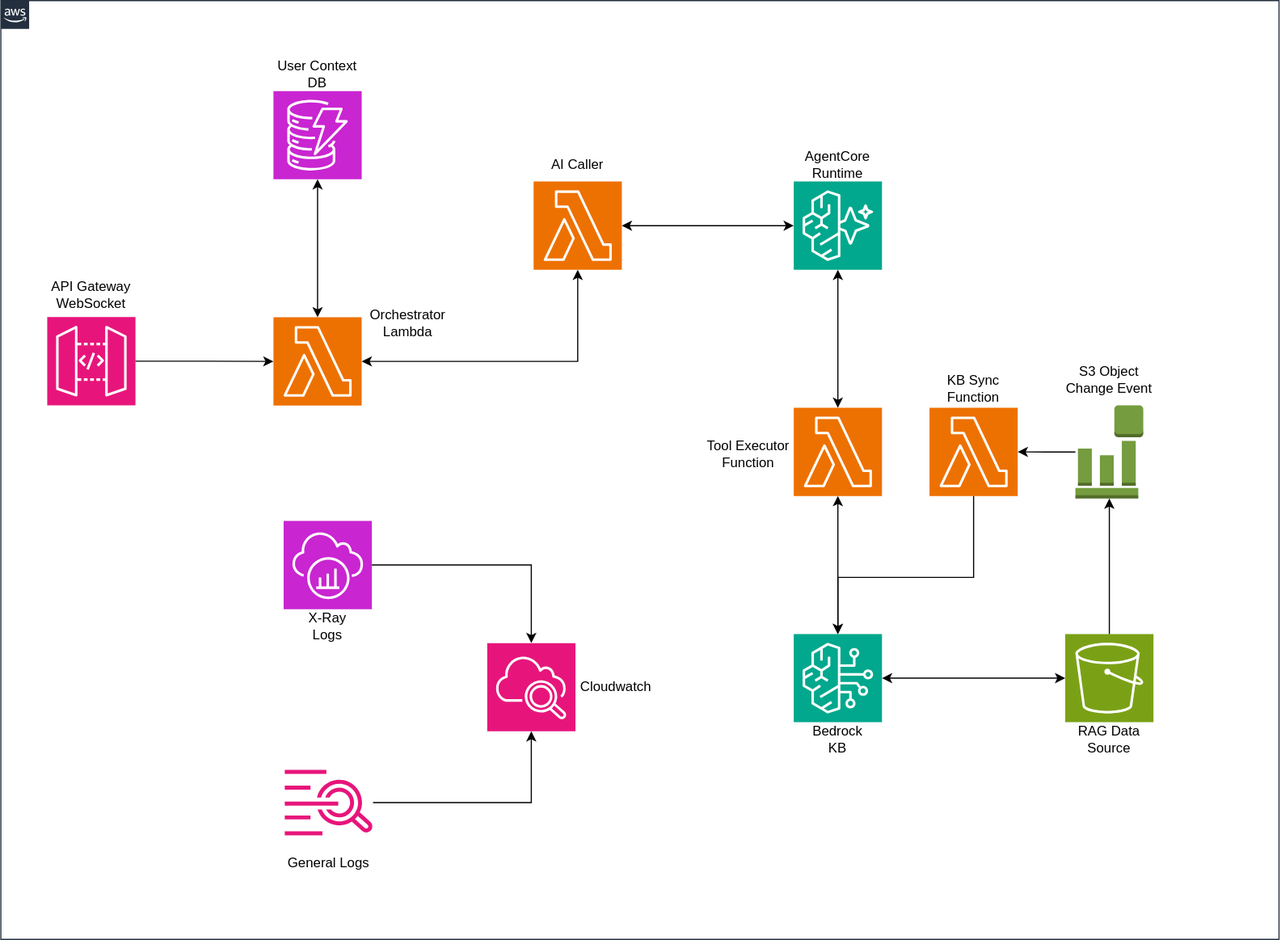
Above: templates/chatbot-rag-agentcore-ws/docs/arquitetura/chatbot-agentcore-ws-non-streaming.drawio.svg in enriqTS/internal-repos-proj (draw.io), before the change. Source tidied: cells renumbered, new cells last; positions are measured from the earlier drawing's top-left corner, leaving out a move shared by most shapes.
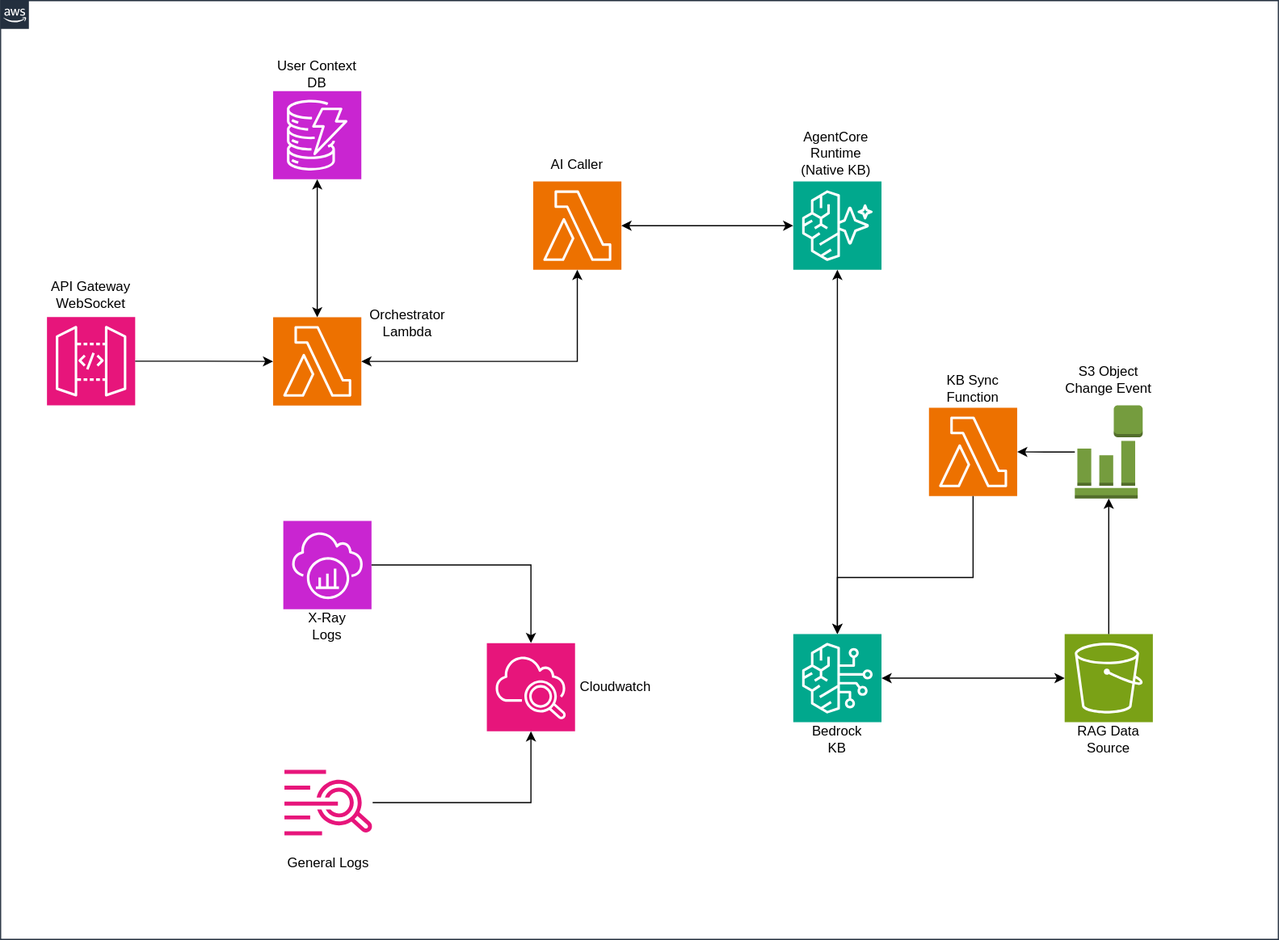
Later version of the same file.

The edit, as a diff of the source:
```diff
@@ -26,15 +26,9 @@
     <mxCell id="9" style="sketch=0;points=[[0,0,0],[0.25,0,0],[0.5,0,0],[0.75,0,0],[1,0,0],[0,1,0],[0.25,1,0],[0.5,1,0],[0.75,1,0],[1,1,0],[0,0.25,0],[0,0.5,0],[0,0.75,0],[1,0.25,0],[1,0.5,0],[1,0.75,0]];outlineConnect=0;fontColor=#232F3E;fillColor=#01A88D;strokeColor=#ffffff;dashed=0;verticalLabelPosition=bottom;verticalAlign=top;align=center;html=1;fontSize=12;fontStyle=0;shape=mxgraph.aws4.resourceIcon;resIcon=mxgraph.aws4.bedrock_agentcore;" parent="1" vertex="1">
       <mxGeometry x="701" y="160" width="78" height="78" as="geometry" />
     </mxCell>
-    <mxCell id="10" value="AgentCore Runtime" style="text;html=1;whiteSpace=wrap;strokeColor=none;fillColor=none;align=center;verticalAlign=middle;rounded=0;" parent="1" vertex="1">
-      <mxGeometry x="700" y="130" width="80" height="30" as="geometry" />
+    <mxCell id="10" value="AgentCore Runtime&#10;(Native KB)" style="text;html=1;whiteSpace=wrap;strokeColor=none;fillColor=none;align=center;verticalAlign=middle;rounded=0;" parent="1" vertex="1">
+      <mxGeometry x="699" y="120" width="80" height="30" as="geometry" />
     </mxCell>
-    <mxCell id="11" style="sketch=0;points=[[0,0,0],[0.25,0,0],[0.5,0,0],[0.75,0,0],[1,0,0],[0,1,0],[0.25,1,0],[0.5,1,0],[0.75,1,0],[1,1,0],[0,0.25,0],[0,0.5,0],[0,0.75,0],[1,0.25,0],[1,0.5,0],[1,0.75,0]];outlineConnect=0;fontColor=#232F3E;fillColor=#ED7100;strokeColor=#ffffff;dashed=0;verticalLabelPosition=bottom;verticalAlign=top;align=center;html=1;fontSize=12;fontStyle=0;shape=mxgraph.aws4.resourceIcon;resIcon=mxgraph.aws4.lambda;" parent="1" vertex="1">
-      <mxGeometry x="701" y="360" width="78" height="78" as="geometry" />
-    </mxCell>
-    <mxCell id="12" value="Tool Executor Function" style="text;html=1;whiteSpace=wrap;strokeColor=none;fillColor=none;align=center;verticalAlign=middle;rounded=0;" parent="1" vertex="1">
-      <mxGeometry x="621" y="381.2" width="80" height="40" as="geometry" />
-    </mxCell>
     <mxCell id="13" style="sketch=0;points=[[0,0,0],[0.25,0,0],[0.5,0,0],[0.75,0,0],[1,0,0],[0,1,0],[0.25,1,0],[0.5,1,0],[0.75,1,0],[1,1,0],[0,0.25,0],[0,0.5,0],[0,0.75,0],[1,0.25,0],[1,0.5,0],[1,0.75,0]];outlineConnect=0;fontColor=#232F3E;fillColor=#C925D1;strokeColor=#ffffff;dashed=0;verticalLabelPosition=bottom;verticalAlign=top;align=center;html=1;fontSize=12;fontStyle=0;shape=mxgraph.aws4.resourceIcon;resIcon=mxgraph.aws4.dynamodb;" parent="1" vertex="1">
       <mxGeometry x="241" y="80" width="78" height="78" as="geometry" />
     </mxCell>
@@ -89,12 +83,9 @@
     <mxCell id="30" style="edgeStyle=orthogonalEdgeStyle;rounded=0;jettySize=auto;html=1;startArrow=classic;startFill=1;" parent="1" edge="1" source="7" target="9">
       <mxGeometry relative="1" as="geometry" />
     </mxCell>
-    <mxCell id="31" style="edgeStyle=orthogonalEdgeStyle;rounded=0;jettySize=auto;html=1;startArrow=classic;startFill=1;" parent="1" edge="1" source="9" target="11">
+    <mxCell id="31" style="edgeStyle=orthogonalEdgeStyle;rounded=0;jettySize=auto;html=1;startArrow=classic;startFill=1;" parent="1" edge="1" source="9" target="15">
       <mxGeometry relative="1" as="geometry" />
     </mxCell>
-    <mxCell id="32" style="edgeStyle=orthogonalEdgeStyle;rounded=0;jettySize=auto;html=1;startArrow=classic;startFill=1;" parent="1" edge="1" source="11" target="15">
-      <mxGeometry relative="1" as="geometry" />
-    </mxCell>
     <mxCell id="33" style="edgeStyle=orthogonalEdgeStyle;rounded=0;jettySize=auto;html=1;startArrow=classic;startFill=1;" parent="1" edge="1" source="15" target="17">
       <mxGeometry relative="1" as="geometry" />
     </mxCell>
```
